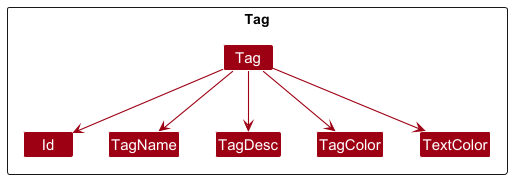
Before: docs/images/TagClassDiagram.png, a diagram exported from PlantUML (yuntaeseo/tp). Its source is kept beside it as docs/diagrams/TagClassDiagram.puml. The source it was exported from:
```plantuml
@startuml
!include style.puml
skinparam arrowThickness 1.1
skinparam arrowColor MODEL_COLOR
skinparam classBackgroundColor MODEL_COLOR

Package Tag as TagPackage <<Rectangle>> {
    Class Tag
    Class Id
    Class TagName
    Class TagDesc
    Class TagColor
    Class TextColor

    Tag --> Id
    Tag --> TagName
    Tag --> TagDesc
    Tag --> TagColor
    Tag --> TextColor

@enduml
```
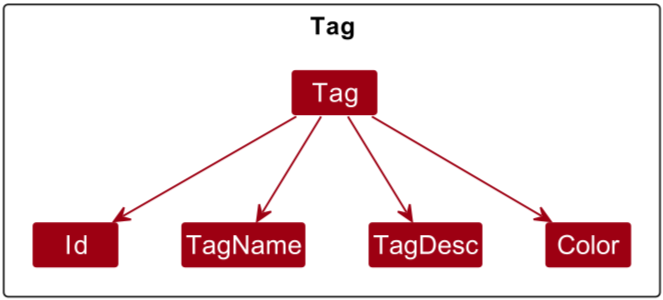
After the change.

What changed in the source:
```diff
@@ -9,13 +9,11 @@
     Class Id
     Class TagName
     Class TagDesc
-    Class TagColor
-    Class TextColor
+    Class Color
 
     Tag --> Id
     Tag --> TagName
     Tag --> TagDesc
-    Tag --> TagColor
-    Tag --> TextColor
+    Tag --> Color
 
 @enduml
```
